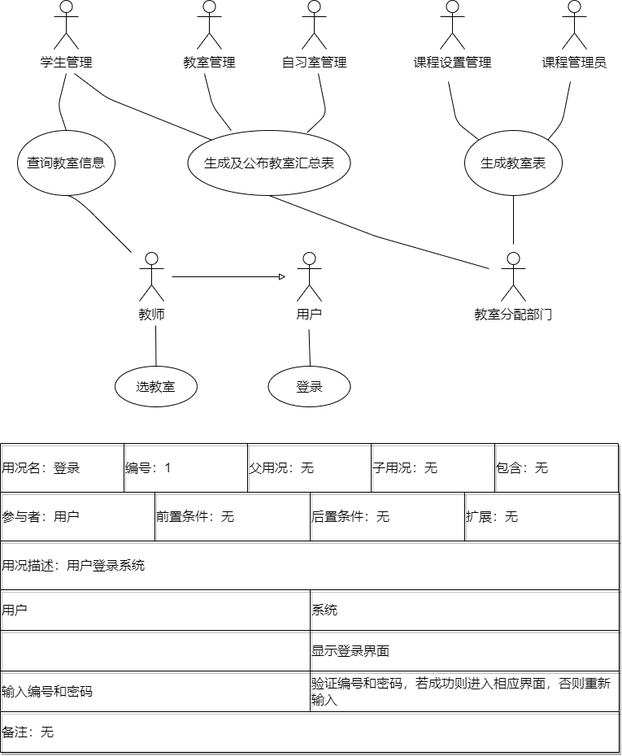
This is 教室管理系统用例图.drawio.png from hmh38324/diagrams, a draw.io export, as it was before one commit. Source tidied: cells renumbered, new cells last; positions are measured from the earlier drawing's top-left corner, leaving out a move shared by most shapes.
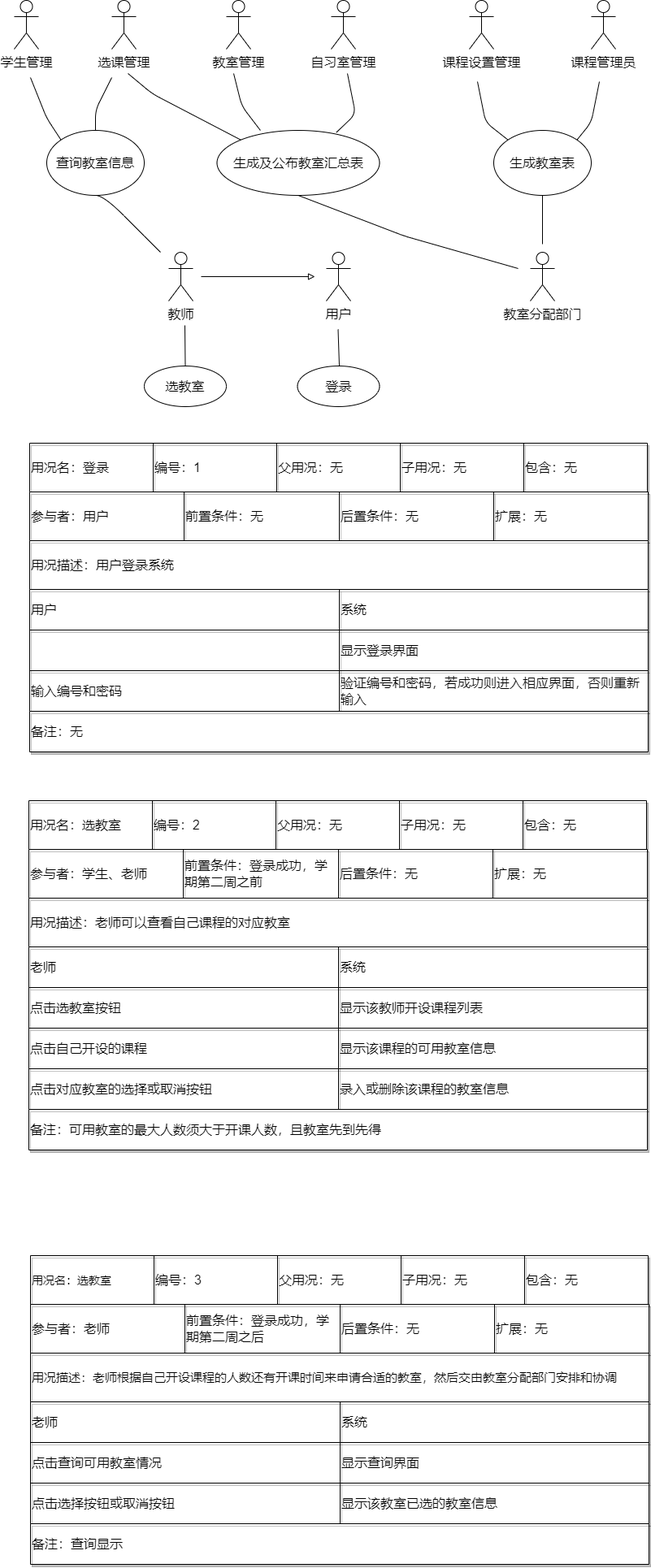
Later version of the same file.

Commit message:
更新教室管理系统用例图.drawio.png

Diff of the diagram source:
```diff
@@ -2,8 +2,8 @@
   <root>
     <mxCell id="0" />
     <mxCell id="1" parent="0" />
-    <mxCell id="2" value="学生管理" style="shape=umlActor;verticalLabelPosition=bottom;verticalAlign=top;html=1;fontSize=16;" parent="1" vertex="1">
-      <mxGeometry x="66" width="30" height="60" as="geometry" />
+    <mxCell id="2" value="选课管理" style="shape=umlActor;verticalLabelPosition=bottom;verticalAlign=top;html=1;fontSize=16;" parent="1" vertex="1">
+      <mxGeometry x="101" width="30" height="60" as="geometry" />
     </mxCell>
     <mxCell id="3" value="教室管理" style="shape=umlActor;verticalLabelPosition=bottom;verticalAlign=top;html=1;fontSize=16;" parent="1" vertex="1">
       <mxGeometry x="242" width="30" height="60" as="geometry" />
@@ -100,9 +100,9 @@
     </mxCell>
     <mxCell id="23" style="endArrow=none;html=1;entryX=0.5;entryY=0;entryDx=0;entryDy=0;rounded=1;fontSize=16;" parent="1" edge="1" target="4">
       <mxGeometry relative="1" as="geometry">
-        <mxPoint x="81" y="90" as="sourcePoint" />
+        <mxPoint x="101" y="95" as="sourcePoint" />
         <Array as="points">
-          <mxPoint x="71" y="130" />
+          <mxPoint x="81" y="135" />
         </Array>
       </mxGeometry>
     </mxCell>
@@ -124,9 +124,9 @@
     </mxCell>
     <mxCell id="26" style="endArrow=none;html=1;entryX=0;entryY=0;entryDx=0;entryDy=0;rounded=1;fontSize=16;" parent="1" edge="1" target="5">
       <mxGeometry relative="1" as="geometry">
-        <mxPoint x="91" y="90" as="sourcePoint" />
+        <mxPoint x="121" y="90" as="sourcePoint" />
         <Array as="points">
-          <mxPoint x="131" y="120" />
+          <mxPoint x="151" y="115" />
         </Array>
       </mxGeometry>
     </mxCell>
@@ -217,5 +217,199 @@
     <mxCell id="55" value="备注：无" style="shape=partialRectangle;html=1;whiteSpace=wrap;overflow=hidden;fillColor=none;top=0;left=0;bottom=0;right=0;shadow=1;sketch=0;fontSize=16;align=left;" parent="54" vertex="1">
       <mxGeometry width="761" height="50" as="geometry" />
     </mxCell>
+    <mxCell id="56" style="shape=table;startSize=0;shadow=1;sketch=0;fontSize=16;align=left;" parent="1" vertex="1">
+      <mxGeometry x="-1" y="985" width="760" height="60" as="geometry" />
+    </mxCell>
+    <mxCell id="57" style="shape=tableRow;horizontal=0;startSize=0;swimlaneHead=0;swimlaneBody=0;top=0;left=0;bottom=0;right=0;fillColor=none;shadow=1;sketch=0;fontSize=18;align=left;" parent="56" vertex="1">
+      <mxGeometry width="760" height="60" as="geometry" />
+    </mxCell>
+    <mxCell id="58" value="&lt;font style=&quot;font-size: 16px;&quot;&gt;用况名：选教室&lt;/font&gt;" style="shape=partialRectangle;html=1;whiteSpace=wrap;overflow=hidden;fillColor=none;top=0;left=0;bottom=0;right=0;shadow=1;sketch=0;fontSize=16;align=left;" parent="57" vertex="1">
+      <mxGeometry width="152" height="60" as="geometry" />
+    </mxCell>
+    <mxCell id="59" value="编号：2" style="shape=partialRectangle;html=1;whiteSpace=wrap;overflow=hidden;fillColor=none;top=0;left=0;bottom=0;right=0;shadow=1;sketch=0;fontSize=16;align=left;" parent="57" vertex="1">
+      <mxGeometry x="152" width="152" height="60" as="geometry" />
+    </mxCell>
+    <mxCell id="60" value="父用况：无" style="shape=partialRectangle;html=1;whiteSpace=wrap;overflow=hidden;fillColor=none;top=0;left=0;bottom=0;right=0;shadow=1;sketch=0;fontSize=16;align=left;" parent="57" vertex="1">
+      <mxGeometry x="304" width="152" height="60" as="geometry" />
+    </mxCell>
+    <mxCell id="61" value="子用况：无" style="shape=partialRectangle;html=1;whiteSpace=wrap;overflow=hidden;fillColor=none;top=0;left=0;bottom=0;right=0;shadow=1;sketch=0;fontSize=16;align=left;" parent="57" vertex="1">
+      <mxGeometry x="456" width="152" height="60" as="geometry" />
+    </mxCell>
+    <mxCell id="62" value="包含：无" style="shape=partialRectangle;html=1;whiteSpace=wrap;overflow=hidden;fillColor=none;top=0;left=0;bottom=0;right=0;shadow=1;sketch=0;fontSize=16;align=left;" parent="57" vertex="1">
+      <mxGeometry x="608" width="152" height="60" as="geometry" />
+    </mxCell>
+    <mxCell id="63" style="shape=table;startSize=0;shadow=1;sketch=0;fontSize=16;align=left;" parent="1" vertex="1">
+      <mxGeometry x="-1" y="1045" width="761" height="60" as="geometry" />
+    </mxCell>
+    <mxCell id="64" style="shape=tableRow;horizontal=0;startSize=0;swimlaneHead=0;swimlaneBody=0;top=0;left=0;bottom=0;right=0;fillColor=none;shadow=1;sketch=0;fontSize=16;align=left;" parent="63" vertex="1">
+      <mxGeometry width="761" height="60" as="geometry" />
+    </mxCell>
+    <mxCell id="65" value="参与者：学生、老师" style="shape=partialRectangle;html=1;whiteSpace=wrap;overflow=hidden;fillColor=none;top=0;left=0;bottom=0;right=0;shadow=1;sketch=0;fontSize=16;align=left;" parent="64" vertex="1">
+      <mxGeometry width="190" height="60" as="geometry" />
+    </mxCell>
+    <mxCell id="66" value="前置条件：登录成功，学期第二周之前" style="shape=partialRectangle;html=1;whiteSpace=wrap;overflow=hidden;fillColor=none;top=0;left=0;bottom=0;right=0;shadow=1;sketch=0;fontSize=16;align=left;" parent="64" vertex="1">
+      <mxGeometry x="190" width="191" height="60" as="geometry" />
+    </mxCell>
+    <mxCell id="67" value="后置条件：无" style="shape=partialRectangle;html=1;whiteSpace=wrap;overflow=hidden;fillColor=none;top=0;left=0;bottom=0;right=0;shadow=1;sketch=0;fontSize=16;align=left;" parent="64" vertex="1">
+      <mxGeometry x="381" width="190" height="60" as="geometry" />
+    </mxCell>
+    <mxCell id="68" value="扩展：无" style="shape=partialRectangle;html=1;whiteSpace=wrap;overflow=hidden;fillColor=none;top=0;left=0;bottom=0;right=0;shadow=1;sketch=0;fontSize=16;align=left;" parent="64" vertex="1">
+      <mxGeometry x="571" width="190" height="60" as="geometry" />
+    </mxCell>
+    <mxCell id="69" style="shape=table;startSize=0;shadow=1;sketch=0;fontSize=16;align=left;" parent="1" vertex="1">
+      <mxGeometry x="-1" y="1105" width="761" height="60" as="geometry" />
+    </mxCell>
+    <mxCell id="70" style="shape=tableRow;horizontal=0;startSize=0;swimlaneHead=0;swimlaneBody=0;top=0;left=0;bottom=0;right=0;fillColor=none;shadow=1;sketch=0;fontSize=16;align=left;" parent="69" vertex="1">
+      <mxGeometry width="761" height="60" as="geometry" />
+    </mxCell>
+    <mxCell id="71" value="用况描述：老师可以查看自己课程的对应教室" style="shape=partialRectangle;html=1;whiteSpace=wrap;overflow=hidden;fillColor=none;top=0;left=0;bottom=0;right=0;shadow=1;sketch=0;fontSize=16;align=left;" parent="70" vertex="1">
+      <mxGeometry width="761" height="60" as="geometry" />
+    </mxCell>
+    <mxCell id="72" style="shape=table;startSize=0;shadow=1;sketch=0;fontSize=16;align=left;" parent="1" vertex="1">
+      <mxGeometry x="-1" y="1165" width="761" height="200" as="geometry" />
+    </mxCell>
+    <mxCell id="73" style="shape=tableRow;horizontal=0;startSize=0;swimlaneHead=0;swimlaneBody=0;top=0;left=0;bottom=0;right=0;fillColor=none;shadow=1;sketch=0;fontSize=16;align=left;" parent="72" vertex="1">
+      <mxGeometry width="761" height="50" as="geometry" />
+    </mxCell>
+    <mxCell id="74" value="老师" style="shape=partialRectangle;html=1;whiteSpace=wrap;overflow=hidden;fillColor=none;top=0;left=0;bottom=0;right=0;shadow=1;sketch=0;fontSize=16;align=left;" parent="73" vertex="1">
+      <mxGeometry width="381" height="50" as="geometry" />
+    </mxCell>
+    <mxCell id="75" value="系统" style="shape=partialRectangle;html=1;whiteSpace=wrap;overflow=hidden;fillColor=none;top=0;left=0;bottom=0;right=0;shadow=1;sketch=0;fontSize=16;align=left;" parent="73" vertex="1">
+      <mxGeometry x="381" width="380" height="50" as="geometry" />
+    </mxCell>
+    <mxCell id="76" style="shape=tableRow;horizontal=0;startSize=0;swimlaneHead=0;swimlaneBody=0;top=0;left=0;bottom=0;right=0;fillColor=none;shadow=1;sketch=0;fontSize=16;align=left;" parent="72" vertex="1">
+      <mxGeometry y="50" width="761" height="50" as="geometry" />
+    </mxCell>
+    <mxCell id="77" value="点击选教室按钮" style="shape=partialRectangle;html=1;whiteSpace=wrap;overflow=hidden;fillColor=none;top=0;left=0;bottom=0;right=0;shadow=1;sketch=0;fontSize=16;align=left;" parent="76" vertex="1">
+      <mxGeometry width="381" height="50" as="geometry" />
+    </mxCell>
+    <mxCell id="78" value="显示该教师开设课程列表" style="shape=partialRectangle;html=1;whiteSpace=wrap;overflow=hidden;fillColor=none;top=0;left=0;bottom=0;right=0;shadow=1;sketch=0;fontSize=16;align=left;" parent="76" vertex="1">
+      <mxGeometry x="381" width="380" height="50" as="geometry" />
+    </mxCell>
+    <mxCell id="79" style="shape=tableRow;horizontal=0;startSize=0;swimlaneHead=0;swimlaneBody=0;top=0;left=0;bottom=0;right=0;fillColor=none;shadow=1;sketch=0;fontSize=16;align=left;" parent="72" vertex="1">
+      <mxGeometry y="100" width="761" height="50" as="geometry" />
+    </mxCell>
+    <mxCell id="80" value="点击自己开设的课程" style="shape=partialRectangle;html=1;whiteSpace=wrap;overflow=hidden;fillColor=none;top=0;left=0;bottom=0;right=0;shadow=1;sketch=0;fontSize=16;align=left;" parent="79" vertex="1">
+      <mxGeometry width="381" height="50" as="geometry" />
+    </mxCell>
+    <mxCell id="81" value="显示该课程的可用教室信息" style="shape=partialRectangle;html=1;whiteSpace=wrap;overflow=hidden;fillColor=none;top=0;left=0;bottom=0;right=0;shadow=1;sketch=0;fontSize=16;align=left;" parent="79" vertex="1">
+      <mxGeometry x="381" width="380" height="50" as="geometry" />
+    </mxCell>
+    <mxCell id="82" style="shape=tableRow;horizontal=0;startSize=0;swimlaneHead=0;swimlaneBody=0;top=0;left=0;bottom=0;right=0;fillColor=none;shadow=1;sketch=0;fontSize=16;align=left;" parent="72" vertex="1">
+      <mxGeometry y="150" width="761" height="50" as="geometry" />
+    </mxCell>
+    <mxCell id="83" value="点击对应教室的选择或取消按钮" style="shape=partialRectangle;html=1;whiteSpace=wrap;overflow=hidden;fillColor=none;top=0;left=0;bottom=0;right=0;shadow=1;sketch=0;fontSize=16;align=left;" parent="82" vertex="1">
+      <mxGeometry width="381" height="50" as="geometry" />
+    </mxCell>
+    <mxCell id="84" value="录入或删除该课程的教室信息" style="shape=partialRectangle;html=1;whiteSpace=wrap;overflow=hidden;fillColor=none;top=0;left=0;bottom=0;right=0;shadow=1;sketch=0;fontSize=16;align=left;" parent="82" vertex="1">
+      <mxGeometry x="381" width="380" height="50" as="geometry" />
+    </mxCell>
+    <mxCell id="85" style="shape=table;startSize=0;shadow=1;sketch=0;fontSize=16;align=left;" parent="1" vertex="1">
+      <mxGeometry x="-1" y="1365" width="761" height="50" as="geometry" />
+    </mxCell>
+    <mxCell id="86" style="shape=tableRow;horizontal=0;startSize=0;swimlaneHead=0;swimlaneBody=0;top=0;left=0;bottom=0;right=0;fillColor=none;shadow=1;sketch=0;fontSize=16;align=left;" parent="85" vertex="1">
+      <mxGeometry width="761" height="50" as="geometry" />
+    </mxCell>
+    <mxCell id="87" value="备注：可用教室的最大人数须大于开课人数，且教室先到先得" style="shape=partialRectangle;html=1;whiteSpace=wrap;overflow=hidden;fillColor=none;top=0;left=0;bottom=0;right=0;shadow=1;sketch=0;fontSize=16;align=left;" parent="86" vertex="1">
+      <mxGeometry width="761" height="50" as="geometry" />
+    </mxCell>
+    <mxCell id="88" style="shape=table;startSize=0;shadow=1;sketch=0;fontSize=16;align=left;" parent="1" vertex="1">
+      <mxGeometry x="1" y="1545" width="760" height="60" as="geometry" />
+    </mxCell>
+    <mxCell id="89" style="shape=tableRow;horizontal=0;startSize=0;swimlaneHead=0;swimlaneBody=0;top=0;left=0;bottom=0;right=0;fillColor=none;shadow=1;sketch=0;fontSize=18;align=left;" parent="88" vertex="1">
+      <mxGeometry width="760" height="60" as="geometry" />
+    </mxCell>
+    <mxCell id="90" value="&lt;font style=&quot;font-size: 14px;&quot;&gt;用况名：选教室&lt;/font&gt;" style="shape=partialRectangle;html=1;whiteSpace=wrap;overflow=hidden;fillColor=none;top=0;left=0;bottom=0;right=0;shadow=1;sketch=0;fontSize=16;align=left;" parent="89" vertex="1">
+      <mxGeometry width="152" height="60" as="geometry" />
+    </mxCell>
+    <mxCell id="91" value="编号：3" style="shape=partialRectangle;html=1;whiteSpace=wrap;overflow=hidden;fillColor=none;top=0;left=0;bottom=0;right=0;shadow=1;sketch=0;fontSize=16;align=left;" parent="89" vertex="1">
+      <mxGeometry x="152" width="152" height="60" as="geometry" />
+    </mxCell>
+    <mxCell id="92" value="父用况：无" style="shape=partialRectangle;html=1;whiteSpace=wrap;overflow=hidden;fillColor=none;top=0;left=0;bottom=0;right=0;shadow=1;sketch=0;fontSize=16;align=left;" parent="89" vertex="1">
+      <mxGeometry x="304" width="152" height="60" as="geometry" />
+    </mxCell>
+    <mxCell id="93" value="子用况：无" style="shape=partialRectangle;html=1;whiteSpace=wrap;overflow=hidden;fillColor=none;top=0;left=0;bottom=0;right=0;shadow=1;sketch=0;fontSize=16;align=left;" parent="89" vertex="1">
+      <mxGeometry x="456" width="152" height="60" as="geometry" />
+    </mxCell>
+    <mxCell id="94" value="包含：无" style="shape=partialRectangle;html=1;whiteSpace=wrap;overflow=hidden;fillColor=none;top=0;left=0;bottom=0;right=0;shadow=1;sketch=0;fontSize=16;align=left;" parent="89" vertex="1">
+      <mxGeometry x="608" width="152" height="60" as="geometry" />
+    </mxCell>
+    <mxCell id="95" style="shape=table;startSize=0;shadow=1;sketch=0;fontSize=16;align=left;" parent="1" vertex="1">
+      <mxGeometry x="1" y="1605" width="761" height="60" as="geometry" />
+    </mxCell>
+    <mxCell id="96" style="shape=tableRow;horizontal=0;startSize=0;swimlaneHead=0;swimlaneBody=0;top=0;left=0;bottom=0;right=0;fillColor=none;shadow=1;sketch=0;fontSize=16;align=left;" parent="95" vertex="1">
+      <mxGeometry width="761" height="60" as="geometry" />
+    </mxCell>
+    <mxCell id="97" value="参与者：老师" style="shape=partialRectangle;html=1;whiteSpace=wrap;overflow=hidden;fillColor=none;top=0;left=0;bottom=0;right=0;shadow=1;sketch=0;fontSize=16;align=left;" parent="96" vertex="1">
+      <mxGeometry width="190" height="60" as="geometry" />
+    </mxCell>
+    <mxCell id="98" value="前置条件：登录成功，学期第二周之后" style="shape=partialRectangle;html=1;whiteSpace=wrap;overflow=hidden;fillColor=none;top=0;left=0;bottom=0;right=0;shadow=1;sketch=0;fontSize=16;align=left;" parent="96" vertex="1">
+      <mxGeometry x="190" width="191" height="60" as="geometry" />
+    </mxCell>
+    <mxCell id="99" value="后置条件：无" style="shape=partialRectangle;html=1;whiteSpace=wrap;overflow=hidden;fillColor=none;top=0;left=0;bottom=0;right=0;shadow=1;sketch=0;fontSize=16;align=left;" parent="96" vertex="1">
+      <mxGeometry x="381" width="190" height="60" as="geometry" />
+    </mxCell>
+    <mxCell id="100" value="扩展：无" style="shape=partialRectangle;html=1;whiteSpace=wrap;overflow=hidden;fillColor=none;top=0;left=0;bottom=0;right=0;shadow=1;sketch=0;fontSize=16;align=left;" parent="96" vertex="1">
+      <mxGeometry x="571" width="190" height="60" as="geometry" />
+    </mxCell>
+    <mxCell id="101" style="shape=table;startSize=0;shadow=1;sketch=0;fontSize=16;align=left;" parent="1" vertex="1">
+      <mxGeometry x="1" y="1665" width="761" height="60" as="geometry" />
+    </mxCell>
+    <mxCell id="102" style="shape=tableRow;horizontal=0;startSize=0;swimlaneHead=0;swimlaneBody=0;top=0;left=0;bottom=0;right=0;fillColor=none;shadow=1;sketch=0;fontSize=16;align=left;" parent="101" vertex="1">
+      <mxGeometry width="761" height="60" as="geometry" />
+    </mxCell>
+    <mxCell id="103" value="&lt;font style=&quot;font-size: 15px;&quot;&gt;用况描述：老师根据自己开设课程的人数还有开课时间来申请合适的教室，然后交由教室分配部门安排和协调&lt;/font&gt;" style="shape=partialRectangle;html=1;whiteSpace=wrap;overflow=hidden;fillColor=none;top=0;left=0;bottom=0;right=0;shadow=1;sketch=0;fontSize=16;align=left;" parent="102" vertex="1">
+      <mxGeometry width="761" height="60" as="geometry" />
+    </mxCell>
+    <mxCell id="104" style="shape=table;startSize=0;shadow=1;sketch=0;fontSize=16;align=left;" parent="1" vertex="1">
+      <mxGeometry x="1" y="1725" width="761" height="150" as="geometry" />
+    </mxCell>
+    <mxCell id="105" style="shape=tableRow;horizontal=0;startSize=0;swimlaneHead=0;swimlaneBody=0;top=0;left=0;bottom=0;right=0;fillColor=none;shadow=1;sketch=0;fontSize=16;align=left;" parent="104" vertex="1">
+      <mxGeometry width="761" height="50" as="geometry" />
+    </mxCell>
+    <mxCell id="106" value="老师" style="shape=partialRectangle;html=1;whiteSpace=wrap;overflow=hidden;fillColor=none;top=0;left=0;bottom=0;right=0;shadow=1;sketch=0;fontSize=16;align=left;" parent="105" vertex="1">
+      <mxGeometry width="381" height="50" as="geometry" />
+    </mxCell>
+    <mxCell id="107" value="系统" style="shape=partialRectangle;html=1;whiteSpace=wrap;overflow=hidden;fillColor=none;top=0;left=0;bottom=0;right=0;shadow=1;sketch=0;fontSize=16;align=left;" parent="105" vertex="1">
+      <mxGeometry x="381" width="380" height="50" as="geometry" />
+    </mxCell>
+    <mxCell id="108" style="shape=tableRow;horizontal=0;startSize=0;swimlaneHead=0;swimlaneBody=0;top=0;left=0;bottom=0;right=0;fillColor=none;shadow=1;sketch=0;fontSize=16;align=left;" parent="104" vertex="1">
+      <mxGeometry y="50" width="761" height="50" as="geometry" />
+    </mxCell>
+    <mxCell id="109" value="点击查询可用教室情况" style="shape=partialRectangle;html=1;whiteSpace=wrap;overflow=hidden;fillColor=none;top=0;left=0;bottom=0;right=0;shadow=1;sketch=0;fontSize=16;align=left;" parent="108" vertex="1">
+      <mxGeometry width="381" height="50" as="geometry" />
+    </mxCell>
+    <mxCell id="110" value="显示查询界面" style="shape=partialRectangle;html=1;whiteSpace=wrap;overflow=hidden;fillColor=none;top=0;left=0;bottom=0;right=0;shadow=1;sketch=0;fontSize=16;align=left;" parent="108" vertex="1">
+      <mxGeometry x="381" width="380" height="50" as="geometry" />
+    </mxCell>
+    <mxCell id="111" style="shape=tableRow;horizontal=0;startSize=0;swimlaneHead=0;swimlaneBody=0;top=0;left=0;bottom=0;right=0;fillColor=none;shadow=1;sketch=0;fontSize=16;align=left;" parent="104" vertex="1">
+      <mxGeometry y="100" width="761" height="50" as="geometry" />
+    </mxCell>
+    <mxCell id="112" value="点击选择按钮或取消按钮" style="shape=partialRectangle;html=1;whiteSpace=wrap;overflow=hidden;fillColor=none;top=0;left=0;bottom=0;right=0;shadow=1;sketch=0;fontSize=16;align=left;" parent="111" vertex="1">
+      <mxGeometry width="381" height="50" as="geometry" />
+    </mxCell>
+    <mxCell id="113" value="显示该教室已选的教室信息" style="shape=partialRectangle;html=1;whiteSpace=wrap;overflow=hidden;fillColor=none;top=0;left=0;bottom=0;right=0;shadow=1;sketch=0;fontSize=16;align=left;" parent="111" vertex="1">
+      <mxGeometry x="381" width="380" height="50" as="geometry" />
+    </mxCell>
+    <mxCell id="114" style="shape=table;startSize=0;shadow=1;sketch=0;fontSize=16;align=left;" parent="1" vertex="1">
+      <mxGeometry x="1" y="1875" width="761" height="50" as="geometry" />
+    </mxCell>
+    <mxCell id="115" style="shape=tableRow;horizontal=0;startSize=0;swimlaneHead=0;swimlaneBody=0;top=0;left=0;bottom=0;right=0;fillColor=none;shadow=1;sketch=0;fontSize=16;align=left;" parent="114" vertex="1">
+      <mxGeometry width="761" height="50" as="geometry" />
+    </mxCell>
+    <mxCell id="116" value="备注：查询显示" style="shape=partialRectangle;html=1;whiteSpace=wrap;overflow=hidden;fillColor=none;top=0;left=0;bottom=0;right=0;shadow=1;sketch=0;fontSize=16;align=left;" parent="115" vertex="1">
+      <mxGeometry width="761" height="50" as="geometry" />
+    </mxCell>
+    <mxCell id="117" value="学生管理" style="shape=umlActor;verticalLabelPosition=bottom;verticalAlign=top;html=1;fontSize=16;" parent="1" vertex="1">
+      <mxGeometry x="-19" width="30" height="60" as="geometry" />
+    </mxCell>
+    <mxCell id="118" style="endArrow=none;html=1;entryX=0;entryY=0;entryDx=0;entryDy=0;rounded=1;fontSize=16;" parent="1" edge="1" target="4">
+      <mxGeometry relative="1" as="geometry">
+        <mxPoint x="1" y="95" as="sourcePoint" />
+        <Array as="points">
+          <mxPoint x="21" y="145" />
+        </Array>
+      </mxGeometry>
+    </mxCell>
   </root>
 </mxGraphModel>
```
